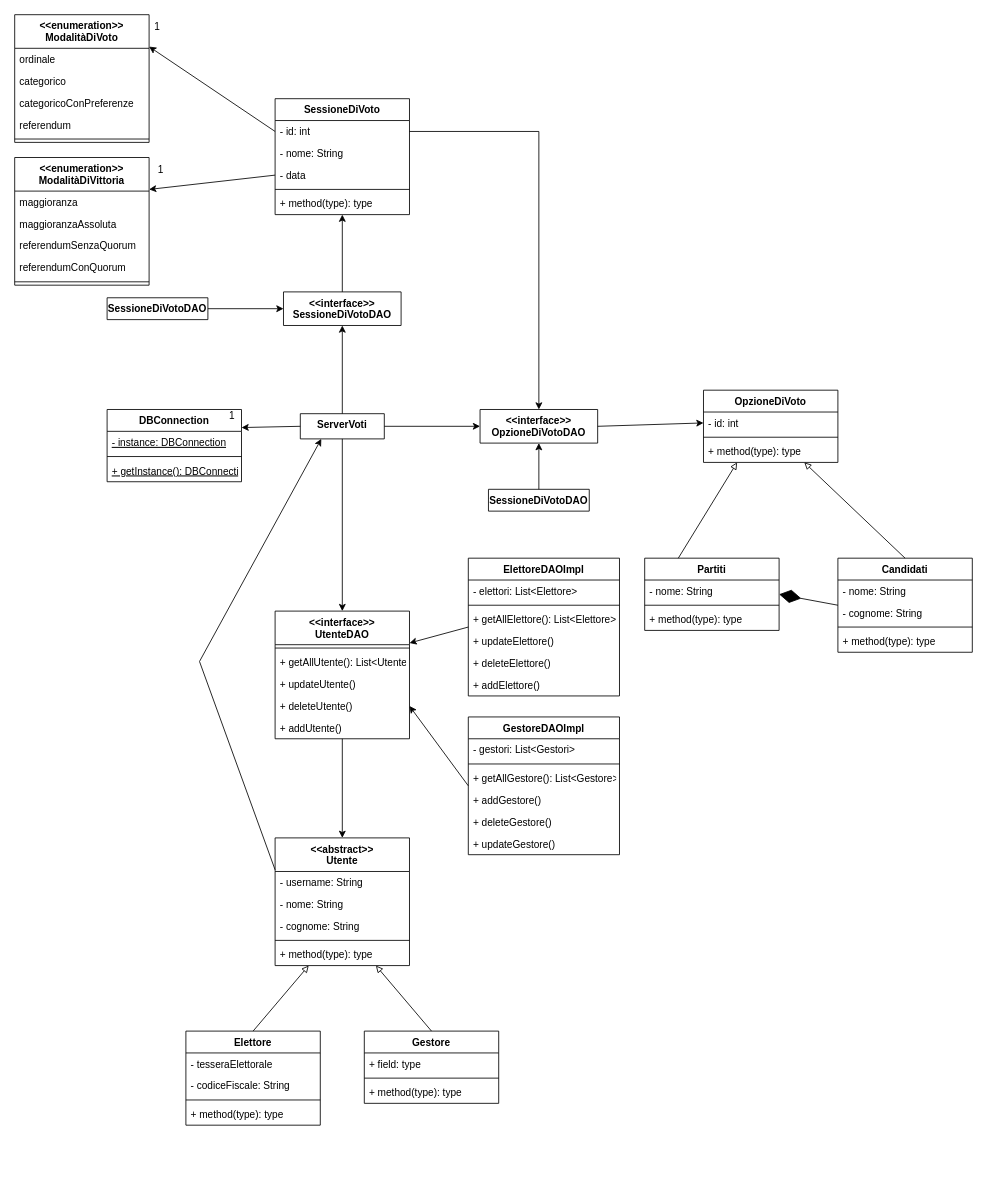
Earlier version of the draw.io diagram docs/UMLClassDiagram.drawio (gbrsni/votoElettronico). Source tidied: cells renumbered, new cells numbered last; positions are measured from the earlier drawing's top-left corner, leaving out a move shared by most shapes. Both pictures are drawn from the tidied source at 84%, with x=0, y=0 at pixel (14, 14).
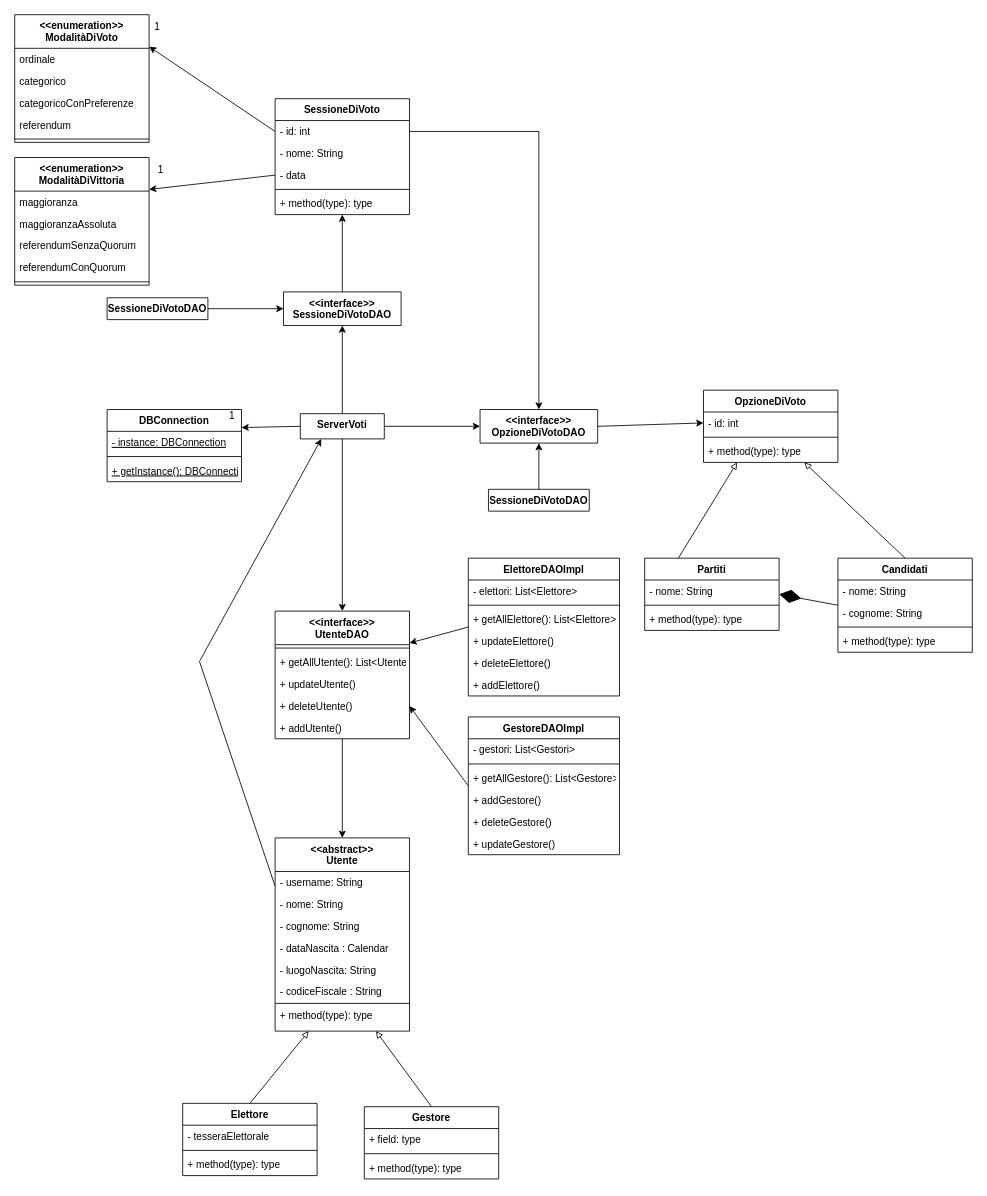
Above is the later version.

Commit message:
modifica classe utente

Change to the diagram source:
```diff
@@
     <mxCell id="2" value="Elettore" style="swimlane;fontStyle=1;align=center;verticalAlign=top;horizontal=1;startSize=26;" parent="1" vertex="1">
-      <mxGeometry x="203.8" y="1210" width="160" height="112" as="geometry" />
+      <mxGeometry x="200" y="1296" width="160" height="86" as="geometry" />
     </mxCell>
@@
-    <mxCell id="4" value="- codiceFiscale: String" style="text;strokeColor=none;fillColor=none;align=left;verticalAlign=top;spacingLeft=4;spacingRight=4;overflow=hidden;" parent="2" vertex="1">
-      <mxGeometry y="52" width="160" height="26" as="geometry" />
-    </mxCell>
     <mxCell id="5" style="line;strokeWidth=1;fillColor=none;align=left;verticalAlign=middle;spacingTop=-1;spacingLeft=3;spacingRight=3;labelPosition=right;" parent="2" vertex="1">
-      <mxGeometry y="78" width="160" height="8" as="geometry" />
+      <mxGeometry y="52" width="160" height="8" as="geometry" />
     </mxCell>
     <mxCell id="6" value="+ method(type): type" style="text;strokeColor=none;fillColor=none;align=left;verticalAlign=top;spacingLeft=4;spacingRight=4;overflow=hidden;" parent="2" vertex="1">
-      <mxGeometry y="86" width="160" height="26" as="geometry" />
+      <mxGeometry y="60" width="160" height="26" as="geometry" />
     </mxCell>
     <mxCell id="7" value="&lt;&lt;abstract&gt;&gt;&#10;Utente" style="swimlane;fontStyle=1;align=center;verticalAlign=top;horizontal=1;startSize=40;" parent="1" vertex="1">
-      <mxGeometry x="310" y="980" width="160" height="152" as="geometry" />
+      <mxGeometry x="310" y="980" width="160" height="230" as="geometry" />
     </mxCell>
@@
+    <mxCell id="100" value="- dataNascita : Calendar" style="text;strokeColor=none;fillColor=none;align=left;verticalAlign=top;spacingLeft=4;spacingRight=4;overflow=hidden;" parent="7" vertex="1">
+      <mxGeometry y="118" width="160" height="26" as="geometry" />
+    </mxCell>
+    <mxCell id="101" value="- luogoNascita: String" style="text;strokeColor=none;fillColor=none;align=left;verticalAlign=top;spacingLeft=4;spacingRight=4;overflow=hidden;" parent="7" vertex="1">
+      <mxGeometry y="144" width="160" height="26" as="geometry" />
+    </mxCell>
+    <mxCell id="102" value="- codiceFiscale : String" style="text;strokeColor=none;fillColor=none;align=left;verticalAlign=top;spacingLeft=4;spacingRight=4;overflow=hidden;" parent="7" vertex="1">
+      <mxGeometry y="170" width="160" height="26" as="geometry" />
+    </mxCell>
     <mxCell id="11" style="line;strokeWidth=1;fillColor=none;align=left;verticalAlign=middle;spacingTop=-1;spacingLeft=3;spacingRight=3;labelPosition=right;" parent="7" vertex="1">
-      <mxGeometry y="118" width="160" height="8" as="geometry" />
+      <mxGeometry y="196" width="160" height="2" as="geometry" />
     </mxCell>
     <mxCell id="12" value="+ method(type): type" style="text;strokeColor=none;fillColor=none;align=left;verticalAlign=top;spacingLeft=4;spacingRight=4;overflow=hidden;" parent="7" vertex="1">
-      <mxGeometry y="126" width="160" height="26" as="geometry" />
+      <mxGeometry y="198" width="160" height="32" as="geometry" />
     </mxCell>
     <mxCell id="13" value="Gestore" style="swimlane;fontStyle=1;align=center;verticalAlign=top;horizontal=1;startSize=26;" parent="1" vertex="1">
-      <mxGeometry x="416.2" y="1210" width="160" height="86" as="geometry" />
+      <mxGeometry x="416.2" y="1300" width="160" height="86" as="geometry" />
     </mxCell>
```
